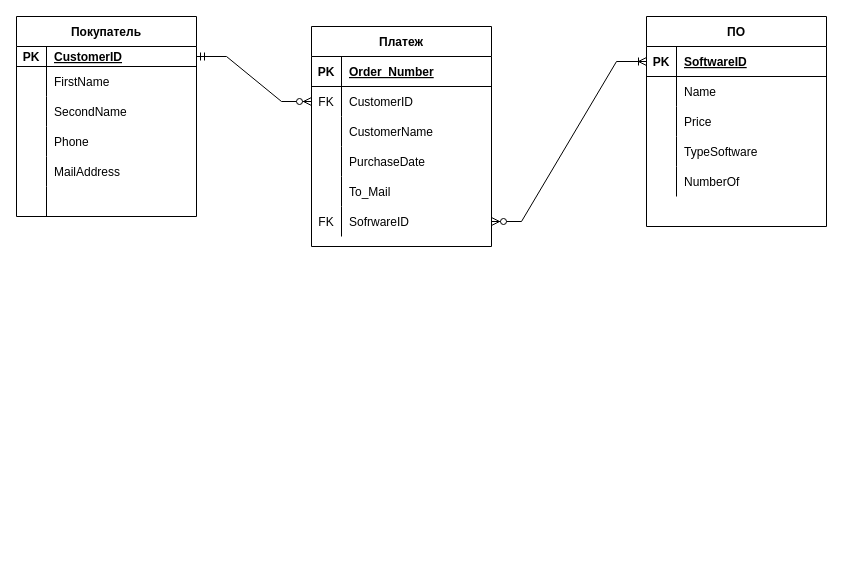
NikitaGusevZ/FirstRepository keeps this draw.io diagram as ER_Diagr.drawio. Above is the earlier version. Source tidied: cells renumbered, new cells numbered last; positions are measured from the earlier drawing's top-left corner, leaving out a move shared by most shapes. Both pictures are drawn from the tidied source at 100%, with x=0, y=0 at pixel (16, 16).
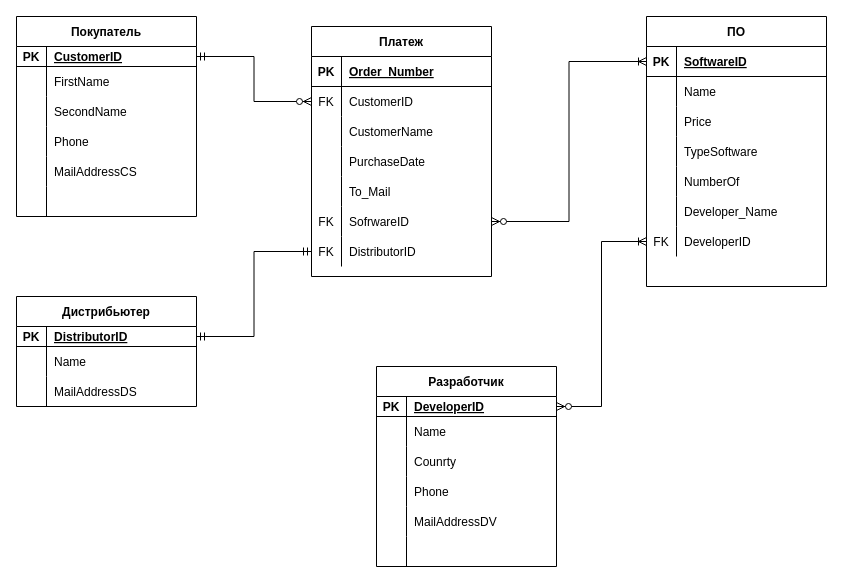
The same diagram, later.

Unchanged cells that the change refers to:
```xml
<mxCell id="3" style="shape=partialRectangle;fillColor=none;top=0;left=0;bottom=1;right=0;points=[[0,0.5],[1,0.5]];portConstraint=eastwest;strokeColor=default;" parent="2" vertex="1">
  <mxGeometry y="30" width="180" height="20" as="geometry" />
</mxCell>
<mxCell id="15" style="shape=partialRectangle;fillColor=none;top=0;left=0;bottom=0;right=0;strokeColor=default;" parent="2" vertex="1">
  <mxGeometry y="140" width="180" height="30" as="geometry" />
</mxCell>
<mxCell id="22" style="shape=partialRectangle;fillColor=none;top=0;left=0;bottom=1;right=0;points=[[0,0.5],[1,0.5]];portConstraint=eastwest;strokeColor=default;" parent="21" vertex="1">
  <mxGeometry y="30" width="180" height="30" as="geometry" />
</mxCell>
<mxCell id="41" style="shape=partialRectangle;fillColor=none;top=0;left=0;bottom=0;right=0;points=[[0,0.5],[1,0.5]];portConstraint=eastwest;strokeColor=default;" parent="37" vertex="1">
  <mxGeometry y="60" width="180" height="30" as="geometry" />
</mxCell>
<mxCell id="53" style="shape=partialRectangle;fillColor=none;top=0;left=0;bottom=0;right=0;points=[[0,0.5],[1,0.5]];portConstraint=eastwest;strokeColor=default;" parent="37" vertex="1">
  <mxGeometry y="180" width="180" height="30" as="geometry" />
</mxCell>
```

Diff of the diagram source:
```diff
@@
-    <mxCell id="17" value="MailAddress" style="shape=partialRectangle;fillColor=none;top=0;left=0;bottom=0;right=0;align=left;spacingLeft=6;overflow=hidden;strokeColor=default;" parent="15" vertex="1">
+    <mxCell id="17" value="MailAddressCS" style="shape=partialRectangle;fillColor=none;top=0;left=0;bottom=0;right=0;align=left;spacingLeft=6;overflow=hidden;strokeColor=default;" parent="15" vertex="1">
       <mxGeometry x="30" width="150" height="30" as="geometry" />
     </mxCell>
@@
     <mxCell id="21" value="ПО" style="shape=table;startSize=30;childLayout=tableLayout;rowLines=0;fontStyle=1;align=center;strokeColor=default;" parent="1" vertex="1">
-      <mxGeometry x="630" width="180" height="210" as="geometry" />
+      <mxGeometry x="630" width="180" height="270" as="geometry" />
     </mxCell>
@@
+    <mxCell id="58" style="shape=partialRectangle;fillColor=none;top=0;left=0;bottom=0;right=0;strokeColor=default;" parent="21" vertex="1">
+      <mxGeometry y="180" width="180" height="30" as="geometry" />
+    </mxCell>
+    <mxCell id="59" style="shape=partialRectangle;fillColor=none;top=0;left=0;bottom=0;right=0;overflow=hidden;strokeColor=default;" parent="58" vertex="1">
+      <mxGeometry width="30" height="30" as="geometry" />
+    </mxCell>
+    <mxCell id="60" value="Developer_Name" style="shape=partialRectangle;fillColor=none;top=0;left=0;bottom=0;right=0;align=left;spacingLeft=6;overflow=hidden;strokeColor=default;" parent="58" vertex="1">
+      <mxGeometry x="30" width="150" height="30" as="geometry" />
+    </mxCell>
+    <mxCell id="61" style="shape=partialRectangle;fillColor=none;top=0;left=0;bottom=0;right=0;points=[[0,0.5],[1,0.5]];portConstraint=eastwest;strokeColor=default;" parent="21" vertex="1">
+      <mxGeometry y="210" width="180" height="30" as="geometry" />
+    </mxCell>
+    <mxCell id="62" value="FK" style="shape=partialRectangle;fillColor=none;top=0;left=0;bottom=0;right=0;overflow=hidden;strokeColor=default;" parent="61" vertex="1">
+      <mxGeometry width="30" height="30" as="geometry" />
+    </mxCell>
+    <mxCell id="63" value="DeveloperID" style="shape=partialRectangle;fillColor=none;top=0;left=0;bottom=0;right=0;align=left;spacingLeft=6;overflow=hidden;strokeColor=default;" parent="61" vertex="1">
+      <mxGeometry x="30" width="150" height="30" as="geometry" />
+    </mxCell>
     <mxCell id="37" value="Платеж" style="shape=table;startSize=30;childLayout=tableLayout;rowLines=0;fontStyle=1;align=center;strokeColor=default;" parent="1" vertex="1">
-      <mxGeometry x="295" y="10" width="180" height="220" as="geometry" />
+      <mxGeometry x="295" y="10" width="180" height="250" as="geometry" />
     </mxCell>
@@
+    <mxCell id="64" style="shape=partialRectangle;fillColor=none;top=0;left=0;bottom=0;right=0;points=[[0,0.5],[1,0.5]];portConstraint=eastwest;strokeColor=default;" parent="37" vertex="1">
+      <mxGeometry y="210" width="180" height="30" as="geometry" />
+    </mxCell>
+    <mxCell id="65" value="FK" style="shape=partialRectangle;fillColor=none;top=0;left=0;bottom=0;right=0;overflow=hidden;strokeColor=default;" parent="64" vertex="1">
+      <mxGeometry width="30" height="30" as="geometry" />
+    </mxCell>
+    <mxCell id="66" value="DistributorID" style="shape=partialRectangle;fillColor=none;top=0;left=0;bottom=0;right=0;align=left;spacingLeft=6;overflow=hidden;strokeColor=default;" parent="64" vertex="1">
+      <mxGeometry x="30" width="150" height="30" as="geometry" />
+    </mxCell>
-    <mxCell id="56" style="edgeStyle=entityRelationEdgeStyle;fontSize=12;html=1;endArrow=ERzeroToMany;startArrow=ERmandOne;rounded=0;" parent="1" edge="1" source="3" target="41">
+    <mxCell id="56" style="edgeStyle=orthogonalEdgeStyle;fontSize=12;html=1;endArrow=ERzeroToMany;startArrow=ERmandOne;rounded=0;" parent="1" edge="1" source="3" target="41">
       <mxGeometry relative="1" as="geometry" />
     </mxCell>
-    <mxCell id="57" style="edgeStyle=entityRelationEdgeStyle;fontSize=12;html=1;endArrow=ERoneToMany;startArrow=ERzeroToMany;rounded=0;" parent="1" edge="1" source="53" target="22">
+    <mxCell id="57" style="edgeStyle=orthogonalEdgeStyle;fontSize=12;html=1;endArrow=ERoneToMany;startArrow=ERzeroToMany;rounded=0;" parent="1" edge="1" source="53" target="22">
       <mxGeometry relative="1" as="geometry" />
     </mxCell>
+    <mxCell id="67" value="Дистрибьютер" style="shape=table;startSize=30;childLayout=tableLayout;rowLines=0;fontStyle=1;align=center;strokeColor=default;" parent="1" vertex="1">
+      <mxGeometry y="280" width="180" height="110" as="geometry" />
+    </mxCell>
+    <mxCell id="68" style="shape=partialRectangle;fillColor=none;top=0;left=0;bottom=1;right=0;points=[[0,0.5],[1,0.5]];portConstraint=eastwest;strokeColor=default;" parent="67" vertex="1">
+      <mxGeometry y="30" width="180" height="20" as="geometry" />
+    </mxCell>
+    <mxCell id="69" value="PK" style="shape=partialRectangle;fillColor=none;top=0;left=0;bottom=0;right=0;fontStyle=1;overflow=hidden;strokeColor=default;" parent="68" vertex="1">
+      <mxGeometry width="30" height="20" as="geometry" />
+    </mxCell>
+    <mxCell id="70" value="DistributorID" style="shape=partialRectangle;fillColor=none;top=0;left=0;bottom=0;right=0;align=left;spacingLeft=6;fontStyle=5;overflow=hidden;strokeColor=default;" parent="68" vertex="1">
+      <mxGeometry x="30" width="150" height="20" as="geometry" />
+    </mxCell>
+    <mxCell id="71" style="shape=partialRectangle;fillColor=none;top=0;left=0;bottom=0;right=0;strokeColor=default;" parent="67" vertex="1">
+      <mxGeometry y="50" width="180" height="30" as="geometry" />
+    </mxCell>
+    <mxCell id="72" style="shape=partialRectangle;fillColor=none;top=0;left=0;bottom=0;right=0;overflow=hidden;strokeColor=default;" parent="71" vertex="1">
+      <mxGeometry width="30" height="30" as="geometry" />
+    </mxCell>
+    <mxCell id="73" value="Name" style="shape=partialRectangle;fillColor=none;top=0;left=0;bottom=0;right=0;align=left;spacingLeft=6;overflow=hidden;strokeColor=default;" parent="71" vertex="1">
+      <mxGeometry x="30" width="150" height="30" as="geometry" />
+    </mxCell>
+    <mxCell id="74" style="shape=partialRectangle;fillColor=none;top=0;left=0;bottom=0;right=0;strokeColor=default;" parent="67" vertex="1">
+      <mxGeometry y="80" width="180" height="30" as="geometry" />
+    </mxCell>
+    <mxCell id="75" style="shape=partialRectangle;fillColor=none;top=0;left=0;bottom=0;right=0;overflow=hidden;strokeColor=default;" parent="74" vertex="1">
+      <mxGeometry width="30" height="30" as="geometry" />
+    </mxCell>
+    <mxCell id="76" value="MailAddressDS" style="shape=partialRectangle;fillColor=none;top=0;left=0;bottom=0;right=0;align=left;spacingLeft=6;overflow=hidden;strokeColor=default;" parent="74" vertex="1">
+      <mxGeometry x="30" width="150" height="30" as="geometry" />
+    </mxCell>
+    <mxCell id="77" style="edgeStyle=orthogonalEdgeStyle;fontSize=12;html=1;endArrow=ERmandOne;startArrow=ERmandOne;rounded=0;" parent="1" edge="1" source="68" target="64">
+      <mxGeometry relative="1" as="geometry" />
+    </mxCell>
+    <mxCell id="78" value="Разработчик" style="shape=table;startSize=30;childLayout=tableLayout;rowLines=0;fontStyle=1;align=center;strokeColor=default;" parent="1" vertex="1">
+      <mxGeometry x="360" y="350" width="180" height="200" as="geometry" />
+    </mxCell>
+    <mxCell id="79" style="shape=partialRectangle;fillColor=none;top=0;left=0;bottom=1;right=0;points=[[0,0.5],[1,0.5]];portConstraint=eastwest;strokeColor=default;" parent="78" vertex="1">
+      <mxGeometry y="30" width="180" height="20" as="geometry" />
+    </mxCell>
+    <mxCell id="80" value="PK" style="shape=partialRectangle;fillColor=none;top=0;left=0;bottom=0;right=0;fontStyle=1;overflow=hidden;strokeColor=default;" parent="79" vertex="1">
+      <mxGeometry width="30" height="20" as="geometry" />
+    </mxCell>
+    <mxCell id="81" value="DeveloperID" style="shape=partialRectangle;fillColor=none;top=0;left=0;bottom=0;right=0;align=left;spacingLeft=6;fontStyle=5;overflow=hidden;strokeColor=default;" parent="79" vertex="1">
+      <mxGeometry x="30" width="150" height="20" as="geometry" />
+    </mxCell>
+    <mxCell id="82" style="shape=partialRectangle;fillColor=none;top=0;left=0;bottom=0;right=0;strokeColor=default;" parent="78" vertex="1">
+      <mxGeometry y="50" width="180" height="30" as="geometry" />
+    </mxCell>
+    <mxCell id="83" style="shape=partialRectangle;fillColor=none;top=0;left=0;bottom=0;right=0;overflow=hidden;strokeColor=default;" parent="82" vertex="1">
+      <mxGeometry width="30" height="30" as="geometry" />
+    </mxCell>
+    <mxCell id="84" value="Name" style="shape=partialRectangle;fillColor=none;top=0;left=0;bottom=0;right=0;align=left;spacingLeft=6;overflow=hidden;strokeColor=default;" parent="82" vertex="1">
+      <mxGeometry x="30" width="150" height="30" as="geometry" />
+    </mxCell>
+    <mxCell id="85" style="shape=partialRectangle;fillColor=none;top=0;left=0;bottom=0;right=0;strokeColor=default;" parent="78" vertex="1">
+      <mxGeometry y="80" width="180" height="30" as="geometry" />
+    </mxCell>
+    <mxCell id="86" style="shape=partialRectangle;fillColor=none;top=0;left=0;bottom=0;right=0;overflow=hidden;strokeColor=default;" parent="85" vertex="1">
+      <mxGeometry width="30" height="30" as="geometry" />
+    </mxCell>
+    <mxCell id="87" value="Counrty" style="shape=partialRectangle;fillColor=none;top=0;left=0;bottom=0;right=0;align=left;spacingLeft=6;overflow=hidden;strokeColor=default;" parent="85" vertex="1">
+      <mxGeometry x="30" width="150" height="30" as="geometry" />
+    </mxCell>
+    <mxCell id="88" style="shape=partialRectangle;fillColor=none;top=0;left=0;bottom=0;right=0;strokeColor=default;" parent="78" vertex="1">
+      <mxGeometry y="110" width="180" height="30" as="geometry" />
+    </mxCell>
+    <mxCell id="89" style="shape=partialRectangle;fillColor=none;top=0;left=0;bottom=0;right=0;overflow=hidden;strokeColor=default;" parent="88" vertex="1">
+      <mxGeometry width="30" height="30" as="geometry" />
+    </mxCell>
+    <mxCell id="90" value="Phone" style="shape=partialRectangle;fillColor=none;top=0;left=0;bottom=0;right=0;align=left;spacingLeft=6;overflow=hidden;strokeColor=default;" parent="88" vertex="1">
+      <mxGeometry x="30" width="150" height="30" as="geometry" />
+    </mxCell>
+    <mxCell id="91" style="shape=partialRectangle;fillColor=none;top=0;left=0;bottom=0;right=0;strokeColor=default;" parent="78" vertex="1">
+      <mxGeometry y="140" width="180" height="30" as="geometry" />
+    </mxCell>
+    <mxCell id="92" style="shape=partialRectangle;fillColor=none;top=0;left=0;bottom=0;right=0;overflow=hidden;strokeColor=default;" parent="91" vertex="1">
+      <mxGeometry width="30" height="30" as="geometry" />
+    </mxCell>
+    <mxCell id="93" value="MailAddressDV" style="shape=partialRectangle;fillColor=none;top=0;left=0;bottom=0;right=0;align=left;spacingLeft=6;overflow=hidden;strokeColor=default;" parent="91" vertex="1">
+      <mxGeometry x="30" width="150" height="30" as="geometry" />
+    </mxCell>
+    <mxCell id="94" style="shape=partialRectangle;fillColor=none;top=0;left=0;bottom=0;right=0;strokeColor=default;" parent="78" vertex="1">
+      <mxGeometry y="170" width="180" height="30" as="geometry" />
+    </mxCell>
+    <mxCell id="95" style="shape=partialRectangle;fillColor=none;top=0;left=0;bottom=0;right=0;overflow=hidden;strokeColor=default;" parent="94" vertex="1">
+      <mxGeometry width="30" height="30" as="geometry" />
+    </mxCell>
+    <mxCell id="96" style="shape=partialRectangle;fillColor=none;top=0;left=0;bottom=0;right=0;align=left;spacingLeft=6;overflow=hidden;strokeColor=default;" parent="94" vertex="1">
+      <mxGeometry x="30" width="150" height="30" as="geometry" />
+    </mxCell>
+    <mxCell id="97" style="edgeStyle=orthogonalEdgeStyle;fontSize=12;html=1;endArrow=ERoneToMany;startArrow=ERzeroToMany;rounded=0;" parent="1" edge="1" source="79" target="61">
+      <mxGeometry relative="1" as="geometry" />
+    </mxCell>
```
